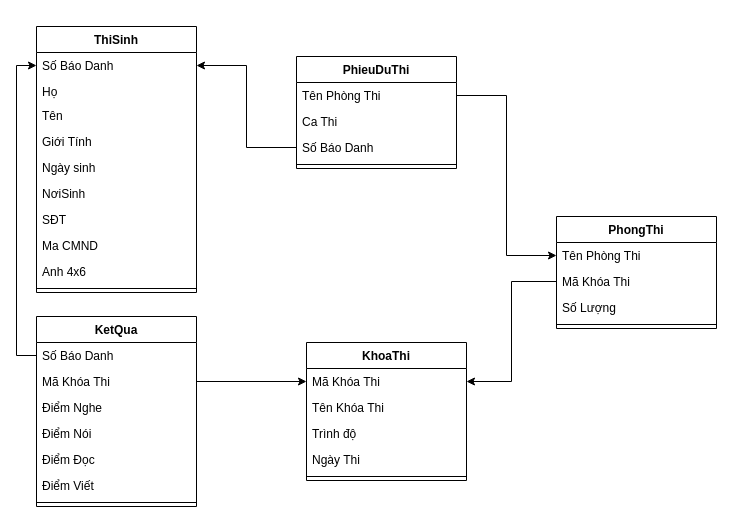
This is Database/TrungTamNgoaiNgu.drawio from TccKaiCi/XDMHPL-QLTTNN, a draw.io file, before an edit. Source tidied: cells renumbered, new cells numbered last; positions are measured from the earlier drawing's top-left corner, leaving out a move shared by most shapes. Both pictures are drawn from the tidied source at 100%, with x=0, y=0 at pixel (36, 26).
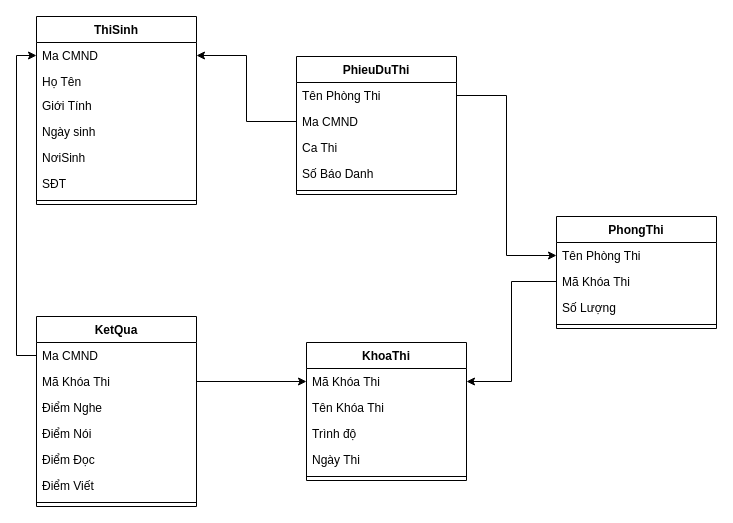
The same page after the edit.

Unchanged cells that the change refers to:
```xml
<mxCell id="19" value="KetQua" style="swimlane;fontStyle=1;align=center;verticalAlign=top;horizontal=1;startSize=26;" parent="1" vertex="1">
  <mxGeometry y="290" width="160" height="190" as="geometry" />
</mxCell>
```

What changed in the source:
```diff
@@
     <mxCell id="2" value="ThiSinh" style="swimlane;fontStyle=1;align=center;verticalAlign=top;horizontal=1;startSize=26;" parent="1" vertex="1">
-      <mxGeometry width="160" height="266" as="geometry" />
+      <mxGeometry y="-10" width="160" height="188" as="geometry" />
     </mxCell>
-    <mxCell id="3" value="Số Báo Danh" style="text;strokeColor=none;fillColor=none;align=left;verticalAlign=top;spacingLeft=4;spacingRight=4;overflow=hidden;points=[[0,0.5],[1,0.5]];portConstraint=eastwest;" parent="2" vertex="1">
-      <mxGeometry y="26" width="160" height="26" as="geometry" />
-    </mxCell>
+    <mxCell id="10" value="Ma CMND" style="text;strokeColor=none;fillColor=none;align=left;verticalAlign=top;spacingLeft=4;spacingRight=4;overflow=hidden;points=[[0,0.5],[1,0.5]];portConstraint=eastwest;" parent="2" vertex="1">
+      <mxGeometry y="26" width="160" height="26" as="geometry" />
+    </mxCell>
-    <mxCell id="4" value="Họ" style="text;strokeColor=none;fillColor=none;align=left;verticalAlign=top;spacingLeft=4;spacingRight=4;overflow=hidden;" parent="2" vertex="1">
+    <mxCell id="4" value="Họ Tên" style="text;strokeColor=none;fillColor=none;align=left;verticalAlign=top;spacingLeft=4;spacingRight=4;overflow=hidden;" parent="2" vertex="1">
       <mxGeometry y="52" width="160" height="24" as="geometry" />
     </mxCell>
-    <mxCell id="5" value="Tên" style="text;strokeColor=none;fillColor=none;align=left;verticalAlign=top;spacingLeft=4;spacingRight=4;overflow=hidden;" parent="2" vertex="1">
-      <mxGeometry y="76" width="160" height="26" as="geometry" />
-    </mxCell>
     <mxCell id="6" value="Giới Tính" style="text;strokeColor=none;fillColor=none;align=left;verticalAlign=top;spacingLeft=4;spacingRight=4;overflow=hidden;" parent="2" vertex="1">
-      <mxGeometry y="102" width="160" height="26" as="geometry" />
+      <mxGeometry y="76" width="160" height="26" as="geometry" />
     </mxCell>
     <mxCell id="7" value="Ngày sinh" style="text;strokeColor=none;fillColor=none;align=left;verticalAlign=top;spacingLeft=4;spacingRight=4;overflow=hidden;" parent="2" vertex="1">
-      <mxGeometry y="128" width="160" height="26" as="geometry" />
+      <mxGeometry y="102" width="160" height="26" as="geometry" />
     </mxCell>
     <mxCell id="8" value="NơiSinh" style="text;strokeColor=none;fillColor=none;align=left;verticalAlign=top;spacingLeft=4;spacingRight=4;overflow=hidden;" parent="2" vertex="1">
-      <mxGeometry y="154" width="160" height="26" as="geometry" />
+      <mxGeometry y="128" width="160" height="26" as="geometry" />
     </mxCell>
     <mxCell id="9" value="SĐT" style="text;strokeColor=none;fillColor=none;align=left;verticalAlign=top;spacingLeft=4;spacingRight=4;overflow=hidden;" parent="2" vertex="1">
-      <mxGeometry y="180" width="160" height="26" as="geometry" />
+      <mxGeometry y="154" width="160" height="26" as="geometry" />
     </mxCell>
-    <mxCell id="10" value="Ma CMND" style="text;strokeColor=none;fillColor=none;align=left;verticalAlign=top;spacingLeft=4;spacingRight=4;overflow=hidden;points=[[0,0.5],[1,0.5]];portConstraint=eastwest;" parent="2" vertex="1">
-      <mxGeometry y="206" width="160" height="26" as="geometry" />
-    </mxCell>
-    <mxCell id="11" value="Anh 4x6" style="text;strokeColor=none;fillColor=none;align=left;verticalAlign=top;spacingLeft=4;spacingRight=4;overflow=hidden;" parent="2" vertex="1">
-      <mxGeometry y="232" width="160" height="26" as="geometry" />
-    </mxCell>
     <mxCell id="12" style="line;strokeWidth=1;fillColor=none;align=left;verticalAlign=middle;spacingTop=-1;spacingLeft=3;spacingRight=3;labelPosition=right;" parent="2" vertex="1">
-      <mxGeometry y="258" width="160" height="8" as="geometry" />
+      <mxGeometry y="180" width="160" height="8" as="geometry" />
     </mxCell>
@@
-    <mxCell id="20" value="Số Báo Danh" style="text;strokeColor=none;fillColor=none;align=left;verticalAlign=top;spacingLeft=4;spacingRight=4;overflow=hidden;points=[[0,0.5],[1,0.5]];portConstraint=eastwest;" parent="19" vertex="1">
+    <mxCell id="20" value="Ma CMND" style="text;strokeColor=none;fillColor=none;align=left;verticalAlign=top;spacingLeft=4;spacingRight=4;overflow=hidden;points=[[0,0.5],[1,0.5]];portConstraint=eastwest;" parent="19" vertex="1">
       <mxGeometry y="26" width="160" height="26" as="geometry" />
     </mxCell>
@@
     <mxCell id="34" value="PhieuDuThi" style="swimlane;fontStyle=1;align=center;verticalAlign=top;horizontal=1;startSize=26;" parent="1" vertex="1">
-      <mxGeometry x="260" y="30" width="160" height="112" as="geometry" />
+      <mxGeometry x="260" y="30" width="160" height="138" as="geometry" />
     </mxCell>
@@
+    <mxCell id="42" value="Ma CMND" style="text;strokeColor=none;fillColor=none;align=left;verticalAlign=top;spacingLeft=4;spacingRight=4;overflow=hidden;points=[[0,0.5],[1,0.5]];portConstraint=eastwest;" parent="34" vertex="1">
+      <mxGeometry y="52" width="160" height="26" as="geometry" />
+    </mxCell>
     <mxCell id="36" value="Ca Thi" style="text;strokeColor=none;fillColor=none;align=left;verticalAlign=top;spacingLeft=4;spacingRight=4;overflow=hidden;" parent="34" vertex="1">
-      <mxGeometry y="52" width="160" height="26" as="geometry" />
+      <mxGeometry y="78" width="160" height="26" as="geometry" />
     </mxCell>
     <mxCell id="37" value="Số Báo Danh" style="text;strokeColor=none;fillColor=none;align=left;verticalAlign=top;spacingLeft=4;spacingRight=4;overflow=hidden;points=[[0,0.5],[1,0.5]];portConstraint=eastwest;" parent="34" vertex="1">
-      <mxGeometry y="78" width="160" height="26" as="geometry" />
+      <mxGeometry y="104" width="160" height="26" as="geometry" />
     </mxCell>
     <mxCell id="38" style="line;strokeWidth=1;fillColor=none;align=left;verticalAlign=middle;spacingTop=-1;spacingLeft=3;spacingRight=3;labelPosition=right;" parent="34" vertex="1">
-      <mxGeometry y="104" width="160" height="8" as="geometry" />
+      <mxGeometry y="130" width="160" height="8" as="geometry" />
     </mxCell>
@@
-    <mxCell id="40" style="edgeStyle=orthogonalEdgeStyle;rounded=0;jettySize=auto;html=1;" parent="1" edge="1" source="37" target="3">
-      <mxGeometry relative="1" as="geometry" />
-    </mxCell>
-    <mxCell id="41" style="edgeStyle=orthogonalEdgeStyle;rounded=0;jettySize=auto;html=1;entryX=0;entryY=0.5;entryDx=0;entryDy=0;" parent="1" edge="1" source="20" target="3">
-      <mxGeometry relative="1" as="geometry" />
-    </mxCell>
+    <mxCell id="43" style="edgeStyle=orthogonalEdgeStyle;rounded=0;jettySize=auto;html=1;" parent="1" edge="1" source="42" target="10">
+      <mxGeometry relative="1" as="geometry" />
+    </mxCell>
+    <mxCell id="44" style="edgeStyle=orthogonalEdgeStyle;rounded=0;jettySize=auto;html=1;" parent="1" edge="1" source="20" target="10">
+      <mxGeometry relative="1" as="geometry">
+        <Array as="points">
+          <mxPoint x="-20" y="329" />
+          <mxPoint x="-20" y="29" />
+        </Array>
+      </mxGeometry>
+    </mxCell>
```
